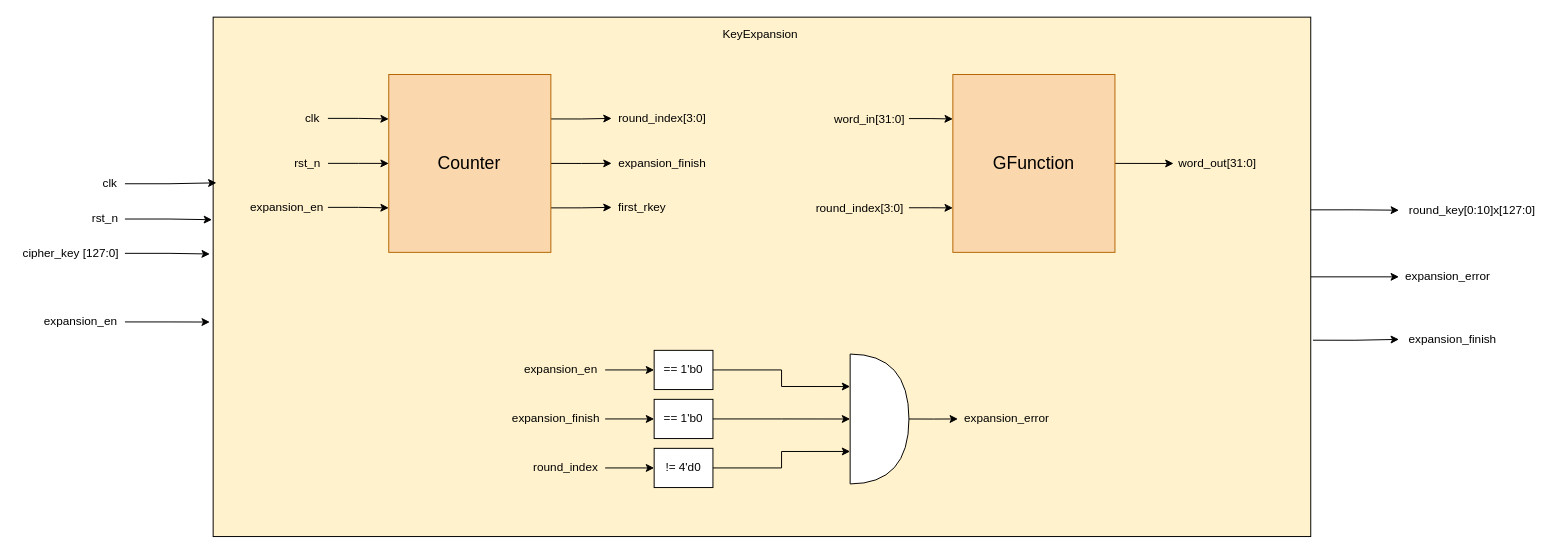
LQLManZz/AES128-Verilog keeps this draw.io diagram as KeyExpansion/diagram/drawio/AESKeyExpansionTopDes.drawio. Above is the earlier version. Source tidied: cells renumbered, new cells numbered last; positions are measured from the earlier drawing's top-left corner, leaving out a move shared by most shapes. Both pictures are drawn from the tidied source at 98%, with x=0, y=0 at pixel (17, 17).
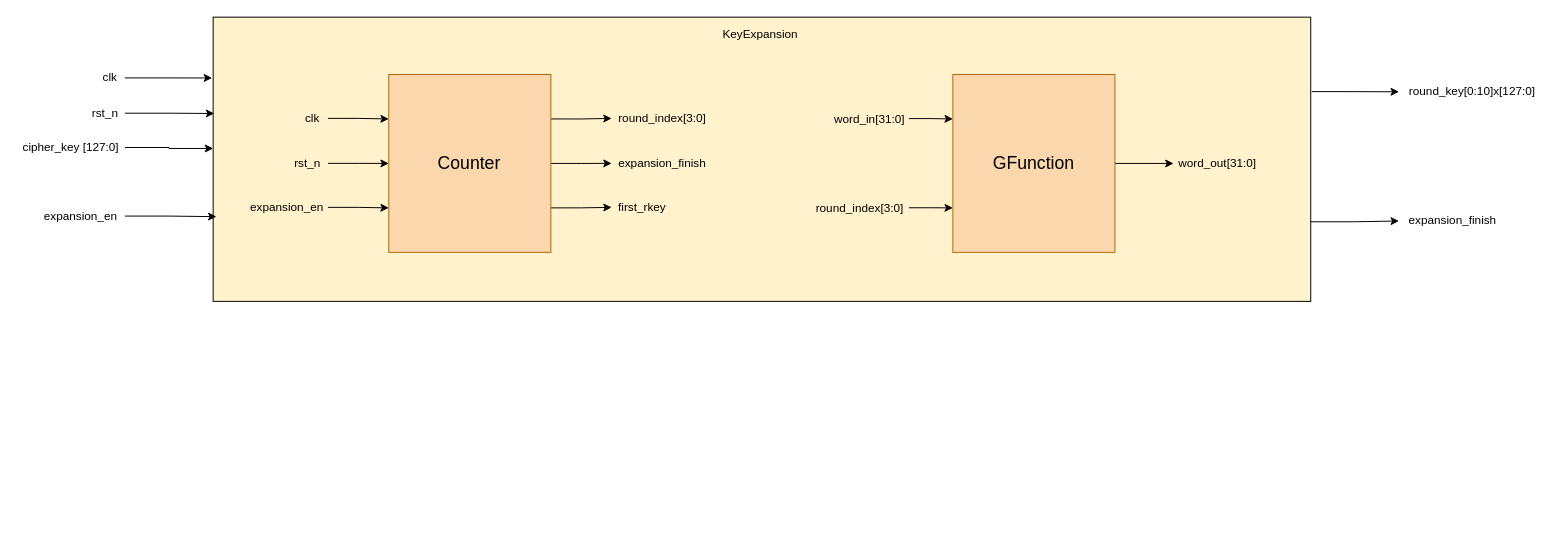
The same page after the edit.

Change to the diagram source:
```diff
@@
     <mxCell id="2" value="clk" style="text;html=1;whiteSpace=wrap;strokeColor=none;fillColor=none;align=center;verticalAlign=middle;rounded=0;" parent="1" vertex="1">
-      <mxGeometry x="80" y="155" width="30" height="30" as="geometry" />
+      <mxGeometry x="80" y="47" width="30" height="30" as="geometry" />
     </mxCell>
     <mxCell id="3" value="rst_n" style="text;html=1;whiteSpace=wrap;strokeColor=none;fillColor=none;align=center;verticalAlign=middle;rounded=0;" parent="1" vertex="1">
-      <mxGeometry x="70" y="191" width="40" height="30" as="geometry" />
+      <mxGeometry x="70" y="83" width="40" height="30" as="geometry" />
     </mxCell>
     <mxCell id="4" value="expansion_en" style="text;html=1;whiteSpace=wrap;strokeColor=none;fillColor=none;align=center;verticalAlign=middle;rounded=0;" parent="1" vertex="1">
-      <mxGeometry x="20" y="291" width="90" height="40" as="geometry" />
+      <mxGeometry x="20" y="183" width="90" height="40" as="geometry" />
     </mxCell>
     <mxCell id="5" value="cipher_key [127:0]" style="text;html=1;whiteSpace=wrap;strokeColor=none;fillColor=none;align=center;verticalAlign=middle;rounded=0;" parent="1" vertex="1">
-      <mxGeometry y="226" width="110" height="30" as="geometry" />
+      <mxGeometry y="118" width="110" height="30" as="geometry" />
     </mxCell>
     <mxCell id="6" value="round_key[0:10]x[127:0]" style="text;html=1;whiteSpace=wrap;strokeColor=none;fillColor=none;align=center;verticalAlign=middle;rounded=0;" parent="1" vertex="1">
-      <mxGeometry x="1410" y="182" width="150" height="30" as="geometry" />
+      <mxGeometry x="1410" y="61.2" width="150" height="30" as="geometry" />
     </mxCell>
     <mxCell id="7" value="expansion_finish" style="text;html=1;whiteSpace=wrap;strokeColor=none;fillColor=none;align=center;verticalAlign=middle;rounded=0;" parent="1" vertex="1">
-      <mxGeometry x="1410" y="313.8" width="110" height="30" as="geometry" />
+      <mxGeometry x="1410" y="193" width="110" height="30" as="geometry" />
     </mxCell>
     <mxCell id="8" style="rounded=0;whiteSpace=wrap;html=1;fillColor=#fff2cc;strokeColor=#000000;" parent="1" vertex="1">
-      <mxGeometry x="200" width="1120" height="530" as="geometry" />
+      <mxGeometry x="200" width="1120" height="290" as="geometry" />
     </mxCell>
@@
-    <mxCell id="32" style="edgeStyle=orthogonalEdgeStyle;rounded=0;jettySize=auto;html=1;exitX=1;exitY=0.5;exitDx=0;exitDy=0;entryX=0;entryY=0.5;entryDx=0;entryDy=0;" parent="1" edge="1" source="8" target="33">
-      <mxGeometry relative="1" as="geometry" />
-    </mxCell>
-    <mxCell id="33" value="expansion_error" style="text;html=1;whiteSpace=wrap;strokeColor=none;fillColor=none;align=center;verticalAlign=middle;rounded=0;" parent="1" vertex="1">
-      <mxGeometry x="1410" y="250" width="100" height="30" as="geometry" />
-    </mxCell>
-    <mxCell id="34" value="expansion_error" style="text;html=1;whiteSpace=wrap;strokeColor=none;fillColor=none;align=center;verticalAlign=middle;rounded=0;" parent="1" vertex="1">
-      <mxGeometry x="960" y="395" width="100" height="30" as="geometry" />
-    </mxCell>
-    <mxCell id="35" style="edgeStyle=orthogonalEdgeStyle;rounded=0;jettySize=auto;html=1;exitX=1;exitY=0.5;exitDx=0;exitDy=0;exitPerimeter=0;entryX=0;entryY=0.5;entryDx=0;entryDy=0;" parent="1" edge="1" source="36" target="34">
-      <mxGeometry relative="1" as="geometry" />
-    </mxCell>
-    <mxCell id="36" style="shape=or;whiteSpace=wrap;html=1;" parent="1" vertex="1">
-      <mxGeometry x="850" y="343.8" width="60" height="132.5" as="geometry" />
-    </mxCell>
-    <mxCell id="37" style="edgeStyle=orthogonalEdgeStyle;rounded=0;jettySize=auto;html=1;exitX=1;exitY=0.5;exitDx=0;exitDy=0;entryX=0;entryY=0.5;entryDx=0;entryDy=0;" parent="1" edge="1" source="38" target="43">
-      <mxGeometry relative="1" as="geometry" />
-    </mxCell>
-    <mxCell id="38" value="expansion_en" style="text;html=1;whiteSpace=wrap;strokeColor=none;fillColor=none;align=center;verticalAlign=middle;rounded=0;" parent="1" vertex="1">
-      <mxGeometry x="510" y="345" width="90" height="30" as="geometry" />
-    </mxCell>
-    <mxCell id="39" style="edgeStyle=orthogonalEdgeStyle;rounded=0;jettySize=auto;html=1;exitX=1;exitY=0.5;exitDx=0;exitDy=0;entryX=0;entryY=0.5;entryDx=0;entryDy=0;" parent="1" edge="1" source="40" target="44">
-      <mxGeometry relative="1" as="geometry" />
-    </mxCell>
-    <mxCell id="40" value="expansion_finish" style="text;html=1;whiteSpace=wrap;strokeColor=none;fillColor=none;align=center;verticalAlign=middle;rounded=0;" parent="1" vertex="1">
-      <mxGeometry x="500" y="395" width="100" height="30" as="geometry" />
-    </mxCell>
-    <mxCell id="41" style="edgeStyle=orthogonalEdgeStyle;rounded=0;jettySize=auto;html=1;exitX=1;exitY=0.5;exitDx=0;exitDy=0;entryX=0;entryY=0.5;entryDx=0;entryDy=0;" parent="1" edge="1" source="42" target="45">
-      <mxGeometry relative="1" as="geometry" />
-    </mxCell>
-    <mxCell id="42" value="round_index" style="text;html=1;whiteSpace=wrap;strokeColor=none;fillColor=none;align=center;verticalAlign=middle;rounded=0;" parent="1" vertex="1">
-      <mxGeometry x="520" y="445" width="80" height="30" as="geometry" />
-    </mxCell>
-    <mxCell id="43" value="== 1'b0" style="whiteSpace=wrap;html=1;" parent="1" vertex="1">
-      <mxGeometry x="650" y="340" width="60" height="40" as="geometry" />
-    </mxCell>
-    <mxCell id="44" value="== 1'b0" style="whiteSpace=wrap;html=1;" parent="1" vertex="1">
-      <mxGeometry x="650" y="390" width="60" height="40" as="geometry" />
-    </mxCell>
-    <mxCell id="45" value="!= 4'd0" style="whiteSpace=wrap;html=1;" parent="1" vertex="1">
-      <mxGeometry x="650" y="440" width="60" height="40" as="geometry" />
-    </mxCell>
-    <mxCell id="46" style="edgeStyle=orthogonalEdgeStyle;rounded=0;jettySize=auto;html=1;exitX=1;exitY=0.5;exitDx=0;exitDy=0;entryX=0;entryY=0.25;entryDx=0;entryDy=0;entryPerimeter=0;" parent="1" edge="1" source="43" target="36">
-      <mxGeometry relative="1" as="geometry" />
-    </mxCell>
-    <mxCell id="47" style="edgeStyle=orthogonalEdgeStyle;rounded=0;jettySize=auto;html=1;exitX=1;exitY=0.5;exitDx=0;exitDy=0;entryX=0;entryY=0.5;entryDx=0;entryDy=0;entryPerimeter=0;" parent="1" edge="1" source="44" target="36">
-      <mxGeometry relative="1" as="geometry" />
-    </mxCell>
-    <mxCell id="48" style="edgeStyle=orthogonalEdgeStyle;rounded=0;jettySize=auto;html=1;exitX=1;exitY=0.5;exitDx=0;exitDy=0;entryX=0;entryY=0.75;entryDx=0;entryDy=0;entryPerimeter=0;" parent="1" edge="1" source="45" target="36">
-      <mxGeometry relative="1" as="geometry" />
-    </mxCell>
-    <mxCell id="49" style="edgeStyle=orthogonalEdgeStyle;rounded=0;jettySize=auto;html=1;exitX=1;exitY=0.5;exitDx=0;exitDy=0;entryX=0.003;entryY=0.319;entryDx=0;entryDy=0;entryPerimeter=0;" parent="1" edge="1" source="2" target="8">
+    <mxCell id="49" style="edgeStyle=orthogonalEdgeStyle;rounded=0;jettySize=auto;html=1;exitX=1;exitY=0.5;exitDx=0;exitDy=0;entryX=-0.001;entryY=0.214;entryDx=0;entryDy=0;entryPerimeter=0;" parent="1" edge="1" source="2" target="8">
       <mxGeometry relative="1" as="geometry" />
     </mxCell>
-    <mxCell id="50" style="edgeStyle=orthogonalEdgeStyle;rounded=0;jettySize=auto;html=1;exitX=1;exitY=0.5;exitDx=0;exitDy=0;entryX=-0.001;entryY=0.39;entryDx=0;entryDy=0;entryPerimeter=0;" parent="1" edge="1" source="3" target="8">
+    <mxCell id="50" style="edgeStyle=orthogonalEdgeStyle;rounded=0;jettySize=auto;html=1;exitX=1;exitY=0.5;exitDx=0;exitDy=0;entryX=0.001;entryY=0.339;entryDx=0;entryDy=0;entryPerimeter=0;" parent="1" edge="1" source="3" target="8">
       <mxGeometry relative="1" as="geometry" />
     </mxCell>
-    <mxCell id="51" style="edgeStyle=orthogonalEdgeStyle;rounded=0;jettySize=auto;html=1;exitX=1;exitY=0.5;exitDx=0;exitDy=0;entryX=-0.003;entryY=0.456;entryDx=0;entryDy=0;entryPerimeter=0;" parent="1" edge="1" source="5" target="8">
+    <mxCell id="51" style="edgeStyle=orthogonalEdgeStyle;rounded=0;jettySize=auto;html=1;exitX=1;exitY=0.5;exitDx=0;exitDy=0;entryX=0;entryY=0.462;entryDx=0;entryDy=0;entryPerimeter=0;" parent="1" edge="1" source="5" target="8">
       <mxGeometry relative="1" as="geometry" />
     </mxCell>
-    <mxCell id="52" style="edgeStyle=orthogonalEdgeStyle;rounded=0;jettySize=auto;html=1;exitX=1;exitY=0.5;exitDx=0;exitDy=0;entryX=-0.003;entryY=0.587;entryDx=0;entryDy=0;entryPerimeter=0;" parent="1" edge="1" source="4" target="8">
+    <mxCell id="52" style="edgeStyle=orthogonalEdgeStyle;rounded=0;jettySize=auto;html=1;exitX=1;exitY=0.5;exitDx=0;exitDy=0;entryX=0.003;entryY=0.702;entryDx=0;entryDy=0;entryPerimeter=0;" parent="1" edge="1" source="4" target="8">
       <mxGeometry relative="1" as="geometry" />
     </mxCell>
-    <mxCell id="53" style="edgeStyle=orthogonalEdgeStyle;rounded=0;jettySize=auto;html=1;exitX=1;exitY=0.371;exitDx=0;exitDy=0;entryX=0;entryY=0.5;entryDx=0;entryDy=0;exitPerimeter=0;" parent="1" edge="1" source="8" target="6">
+    <mxCell id="53" style="edgeStyle=orthogonalEdgeStyle;rounded=0;jettySize=auto;html=1;exitX=1.001;exitY=0.262;exitDx=0;exitDy=0;entryX=0;entryY=0.5;entryDx=0;entryDy=0;exitPerimeter=0;" parent="1" edge="1" source="8" target="6">
       <mxGeometry relative="1" as="geometry" />
     </mxCell>
-    <mxCell id="54" style="edgeStyle=orthogonalEdgeStyle;rounded=0;jettySize=auto;html=1;exitX=1.002;exitY=0.622;exitDx=0;exitDy=0;entryX=0;entryY=0.5;entryDx=0;entryDy=0;exitPerimeter=0;" parent="1" edge="1" source="8" target="7">
+    <mxCell id="54" style="edgeStyle=orthogonalEdgeStyle;rounded=0;jettySize=auto;html=1;exitX=1;exitY=0.72;exitDx=0;exitDy=0;entryX=0;entryY=0.5;entryDx=0;entryDy=0;exitPerimeter=0;" parent="1" edge="1" source="8" target="7">
       <mxGeometry relative="1" as="geometry" />
     </mxCell>
```
